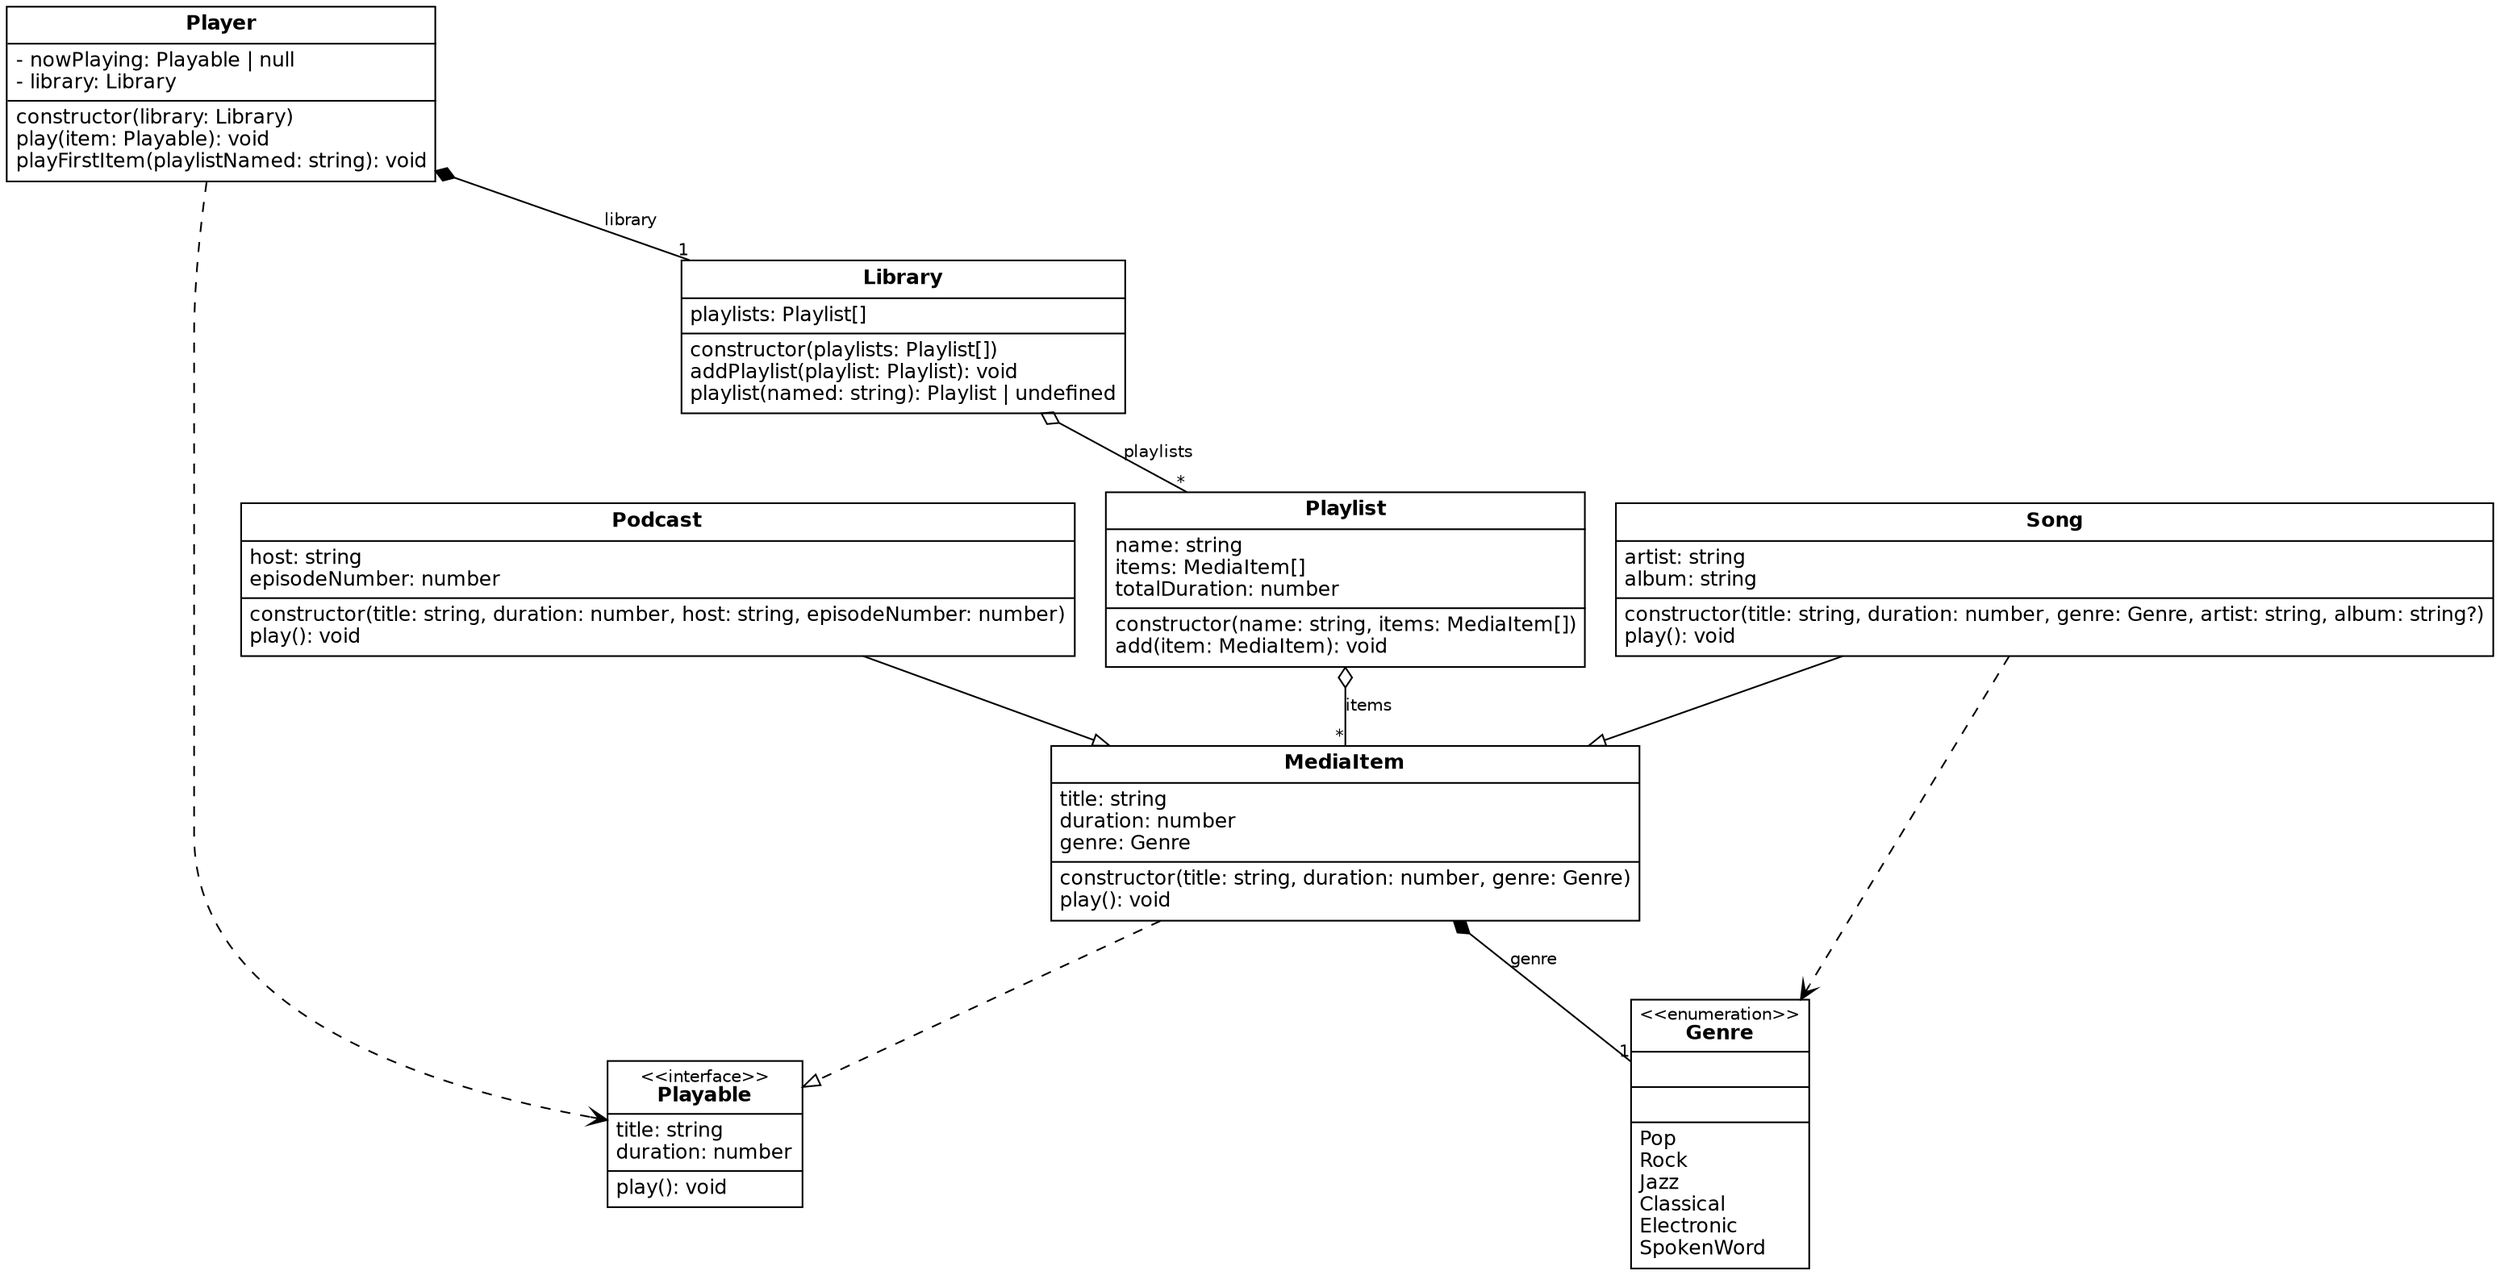
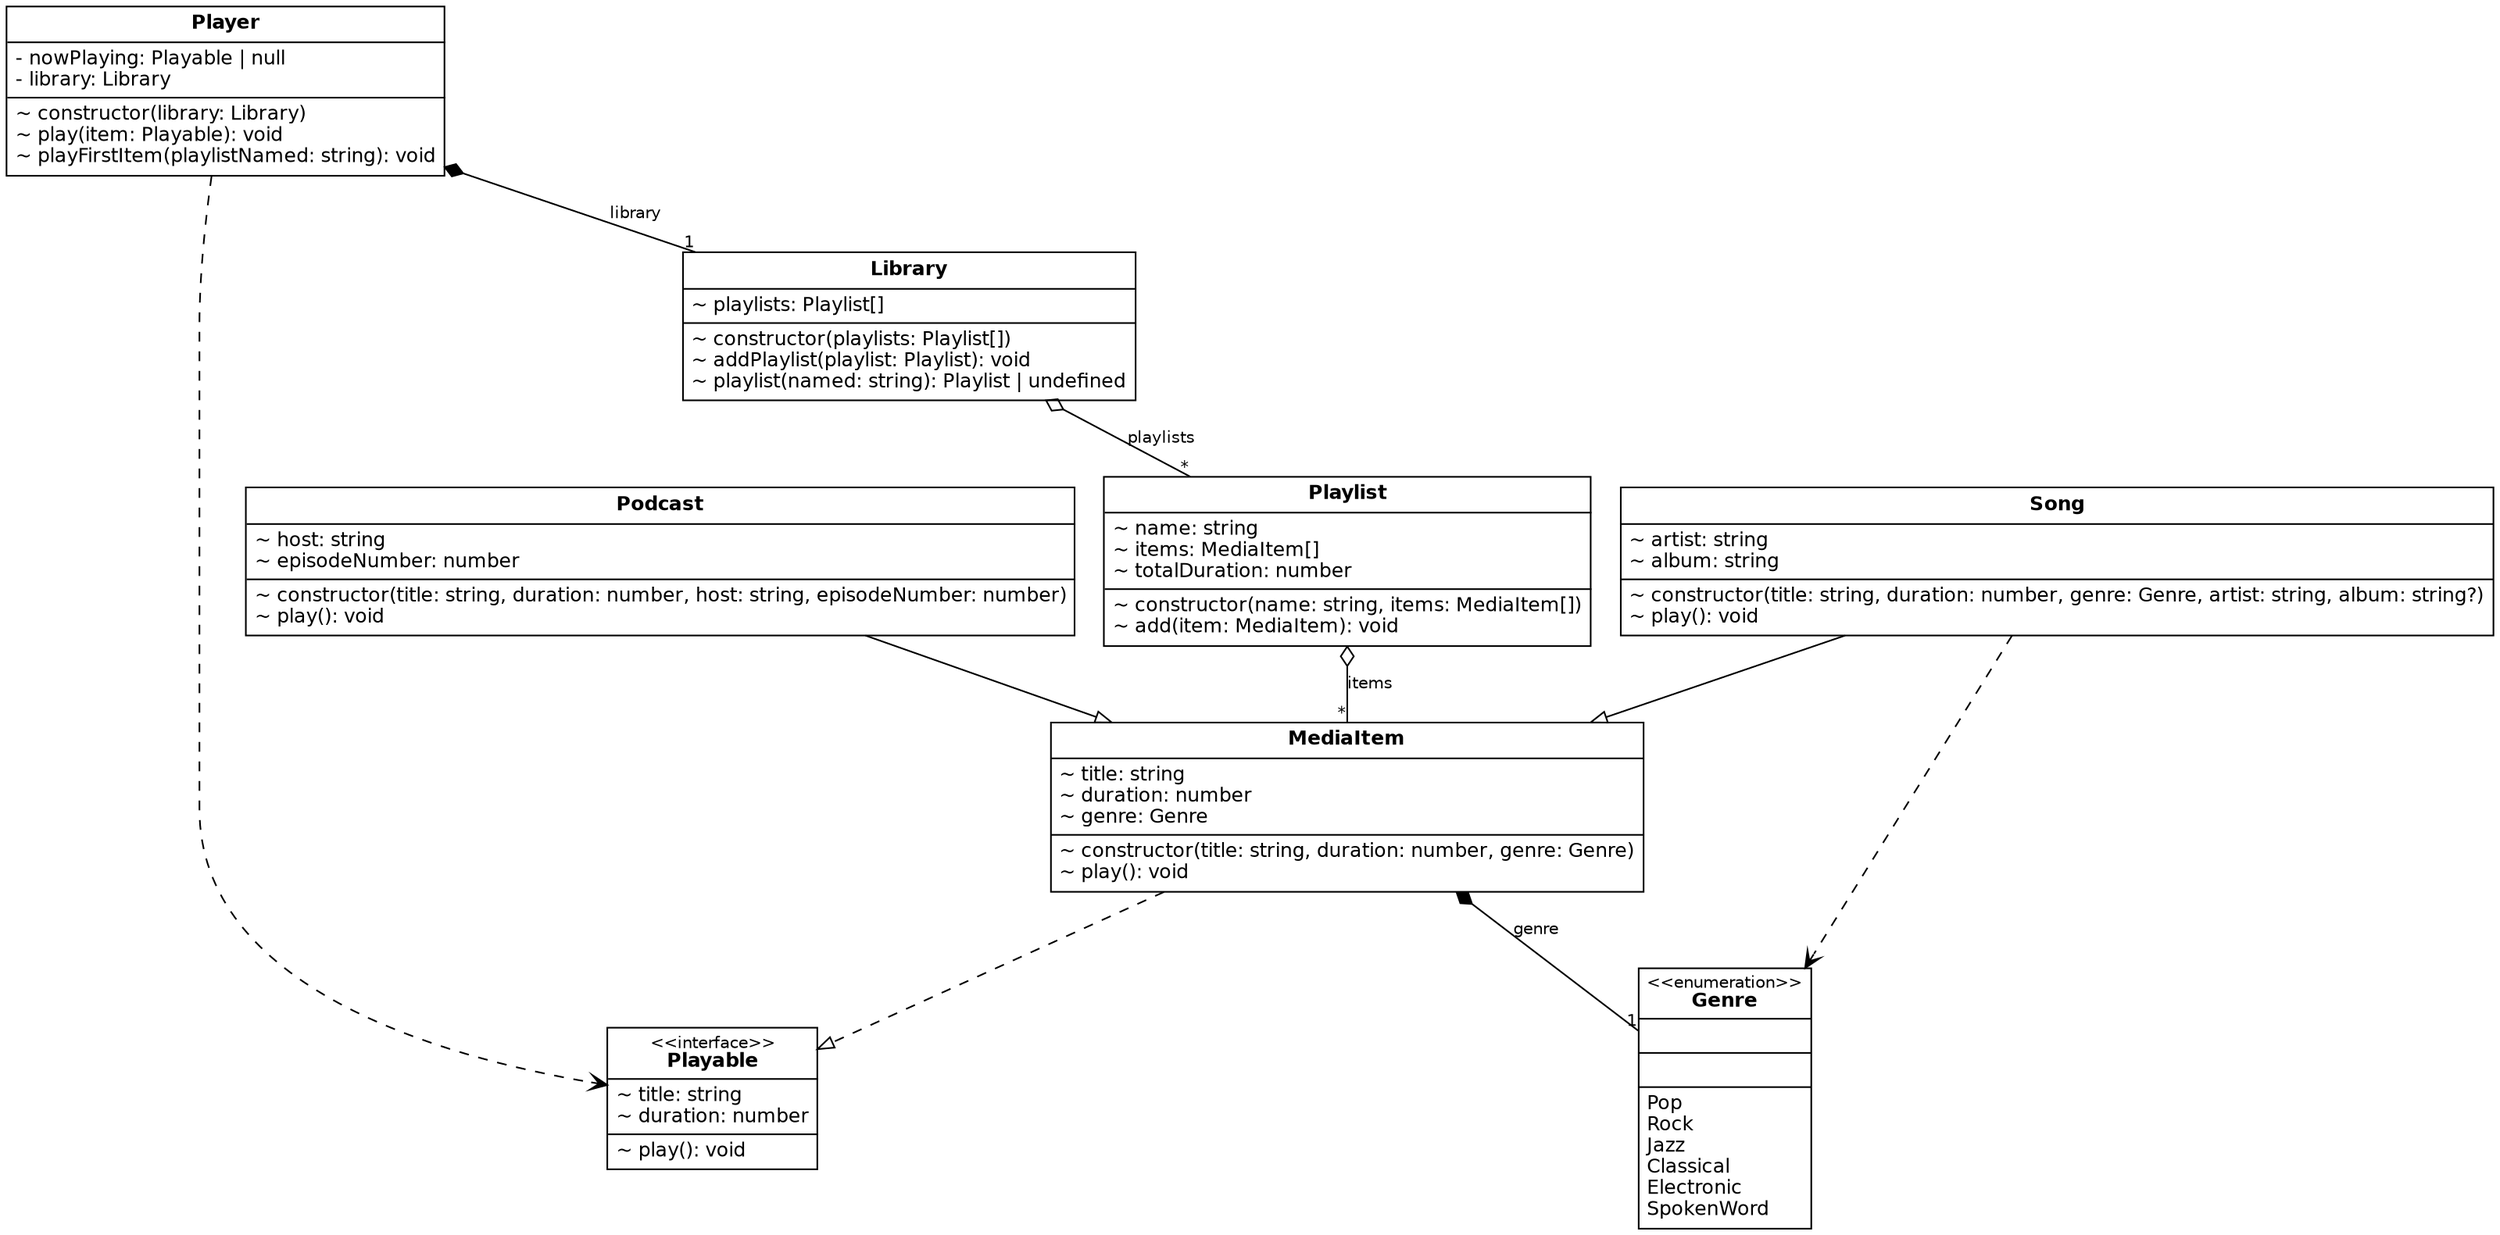
digraph UML {
  rankdir=TB;
  compound=true;
  fontname="Helvetica";
  fontsize=12;
  node [shape=none margin=0 fontname="Helvetica" fontsize=12];
  edge [fontname="Helvetica" fontsize=10];
-   "Library" [label=<<TABLE BORDER="1" CELLBORDER="0" CELLSPACING="0" CELLPADDING="4"><TR><TD ALIGN="CENTER"><B>Library</B></TD></TR><HR/><TR><TD ALIGN="LEFT">playlists: Playlist[]<BR ALIGN="LEFT"/></TD></TR><HR/><TR><TD ALIGN="LEFT">constructor(playlists: Playlist[])<BR ALIGN="LEFT"/>addPlaylist(playlist: Playlist): void<BR ALIGN="LEFT"/>playlist(named: string): Playlist | undefined<BR ALIGN="LEFT"/></TD></TR></TABLE>>];
-   "MediaItem" [label=<<TABLE BORDER="1" CELLBORDER="0" CELLSPACING="0" CELLPADDING="4"><TR><TD ALIGN="CENTER"><B>MediaItem</B></TD></TR><HR/><TR><TD ALIGN="LEFT">title: string<BR ALIGN="LEFT"/>duration: number<BR ALIGN="LEFT"/>genre: Genre<BR ALIGN="LEFT"/></TD></TR><HR/><TR><TD ALIGN="LEFT">constructor(title: string, duration: number, genre: Genre)<BR ALIGN="LEFT"/>play(): void<BR ALIGN="LEFT"/></TD></TR></TABLE>>];
-   "Playable" [label=<<TABLE BORDER="1" CELLBORDER="0" CELLSPACING="0" CELLPADDING="4"><TR><TD ALIGN="CENTER"><FONT POINT-SIZE="10">&lt;&lt;interface&gt;&gt;</FONT><BR/><B>Playable</B></TD></TR><HR/><TR><TD ALIGN="LEFT">title: string<BR ALIGN="LEFT"/>duration: number<BR ALIGN="LEFT"/></TD></TR><HR/><TR><TD ALIGN="LEFT">play(): void<BR ALIGN="LEFT"/></TD></TR></TABLE>>];
+   "Library" [label=<<TABLE BORDER="1" CELLBORDER="0" CELLSPACING="0" CELLPADDING="4"><TR><TD ALIGN="CENTER"><B>Library</B></TD></TR><HR/><TR><TD ALIGN="LEFT">~ playlists: Playlist[]<BR ALIGN="LEFT"/></TD></TR><HR/><TR><TD ALIGN="LEFT">~ constructor(playlists: Playlist[])<BR ALIGN="LEFT"/>~ addPlaylist(playlist: Playlist): void<BR ALIGN="LEFT"/>~ playlist(named: string): Playlist | undefined<BR ALIGN="LEFT"/></TD></TR></TABLE>>];
+   "MediaItem" [label=<<TABLE BORDER="1" CELLBORDER="0" CELLSPACING="0" CELLPADDING="4"><TR><TD ALIGN="CENTER"><B>MediaItem</B></TD></TR><HR/><TR><TD ALIGN="LEFT">~ title: string<BR ALIGN="LEFT"/>~ duration: number<BR ALIGN="LEFT"/>~ genre: Genre<BR ALIGN="LEFT"/></TD></TR><HR/><TR><TD ALIGN="LEFT">~ constructor(title: string, duration: number, genre: Genre)<BR ALIGN="LEFT"/>~ play(): void<BR ALIGN="LEFT"/></TD></TR></TABLE>>];
+   "Playable" [label=<<TABLE BORDER="1" CELLBORDER="0" CELLSPACING="0" CELLPADDING="4"><TR><TD ALIGN="CENTER"><FONT POINT-SIZE="10">&lt;&lt;interface&gt;&gt;</FONT><BR/><B>Playable</B></TD></TR><HR/><TR><TD ALIGN="LEFT">~ title: string<BR ALIGN="LEFT"/>~ duration: number<BR ALIGN="LEFT"/></TD></TR><HR/><TR><TD ALIGN="LEFT">~ play(): void<BR ALIGN="LEFT"/></TD></TR></TABLE>>];
  "Genre" [label=<<TABLE BORDER="1" CELLBORDER="0" CELLSPACING="0" CELLPADDING="4"><TR><TD ALIGN="CENTER"><FONT POINT-SIZE="10">&lt;&lt;enumeration&gt;&gt;</FONT><BR/><B>Genre</B></TD></TR><HR/><TR><TD ALIGN="LEFT"> </TD></TR><HR/><TR><TD ALIGN="LEFT"> </TD></TR><HR/><TR><TD ALIGN="LEFT">Pop<BR ALIGN="LEFT"/>Rock<BR ALIGN="LEFT"/>Jazz<BR ALIGN="LEFT"/>Classical<BR ALIGN="LEFT"/>Electronic<BR ALIGN="LEFT"/>SpokenWord<BR ALIGN="LEFT"/></TD></TR></TABLE>>];
-   "Player" [label=<<TABLE BORDER="1" CELLBORDER="0" CELLSPACING="0" CELLPADDING="4"><TR><TD ALIGN="CENTER"><B>Player</B></TD></TR><HR/><TR><TD ALIGN="LEFT">- nowPlaying: Playable | null<BR ALIGN="LEFT"/>- library: Library<BR ALIGN="LEFT"/></TD></TR><HR/><TR><TD ALIGN="LEFT">constructor(library: Library)<BR ALIGN="LEFT"/>play(item: Playable): void<BR ALIGN="LEFT"/>playFirstItem(playlistNamed: string): void<BR ALIGN="LEFT"/></TD></TR></TABLE>>];
-   "Playlist" [label=<<TABLE BORDER="1" CELLBORDER="0" CELLSPACING="0" CELLPADDING="4"><TR><TD ALIGN="CENTER"><B>Playlist</B></TD></TR><HR/><TR><TD ALIGN="LEFT">name: string<BR ALIGN="LEFT"/>items: MediaItem[]<BR ALIGN="LEFT"/>totalDuration: number<BR ALIGN="LEFT"/></TD></TR><HR/><TR><TD ALIGN="LEFT">constructor(name: string, items: MediaItem[])<BR ALIGN="LEFT"/>add(item: MediaItem): void<BR ALIGN="LEFT"/></TD></TR></TABLE>>];
-   "Podcast" [label=<<TABLE BORDER="1" CELLBORDER="0" CELLSPACING="0" CELLPADDING="4"><TR><TD ALIGN="CENTER"><B>Podcast</B></TD></TR><HR/><TR><TD ALIGN="LEFT">host: string<BR ALIGN="LEFT"/>episodeNumber: number<BR ALIGN="LEFT"/></TD></TR><HR/><TR><TD ALIGN="LEFT">constructor(title: string, duration: number, host: string, episodeNumber: number)<BR ALIGN="LEFT"/>play(): void<BR ALIGN="LEFT"/></TD></TR></TABLE>>];
-   "Song" [label=<<TABLE BORDER="1" CELLBORDER="0" CELLSPACING="0" CELLPADDING="4"><TR><TD ALIGN="CENTER"><B>Song</B></TD></TR><HR/><TR><TD ALIGN="LEFT">artist: string<BR ALIGN="LEFT"/>album: string<BR ALIGN="LEFT"/></TD></TR><HR/><TR><TD ALIGN="LEFT">constructor(title: string, duration: number, genre: Genre, artist: string, album: string?)<BR ALIGN="LEFT"/>play(): void<BR ALIGN="LEFT"/></TD></TR></TABLE>>];
+   "Player" [label=<<TABLE BORDER="1" CELLBORDER="0" CELLSPACING="0" CELLPADDING="4"><TR><TD ALIGN="CENTER"><B>Player</B></TD></TR><HR/><TR><TD ALIGN="LEFT">- nowPlaying: Playable | null<BR ALIGN="LEFT"/>- library: Library<BR ALIGN="LEFT"/></TD></TR><HR/><TR><TD ALIGN="LEFT">~ constructor(library: Library)<BR ALIGN="LEFT"/>~ play(item: Playable): void<BR ALIGN="LEFT"/>~ playFirstItem(playlistNamed: string): void<BR ALIGN="LEFT"/></TD></TR></TABLE>>];
+   "Playlist" [label=<<TABLE BORDER="1" CELLBORDER="0" CELLSPACING="0" CELLPADDING="4"><TR><TD ALIGN="CENTER"><B>Playlist</B></TD></TR><HR/><TR><TD ALIGN="LEFT">~ name: string<BR ALIGN="LEFT"/>~ items: MediaItem[]<BR ALIGN="LEFT"/>~ totalDuration: number<BR ALIGN="LEFT"/></TD></TR><HR/><TR><TD ALIGN="LEFT">~ constructor(name: string, items: MediaItem[])<BR ALIGN="LEFT"/>~ add(item: MediaItem): void<BR ALIGN="LEFT"/></TD></TR></TABLE>>];
+   "Podcast" [label=<<TABLE BORDER="1" CELLBORDER="0" CELLSPACING="0" CELLPADDING="4"><TR><TD ALIGN="CENTER"><B>Podcast</B></TD></TR><HR/><TR><TD ALIGN="LEFT">~ host: string<BR ALIGN="LEFT"/>~ episodeNumber: number<BR ALIGN="LEFT"/></TD></TR><HR/><TR><TD ALIGN="LEFT">~ constructor(title: string, duration: number, host: string, episodeNumber: number)<BR ALIGN="LEFT"/>~ play(): void<BR ALIGN="LEFT"/></TD></TR></TABLE>>];
+   "Song" [label=<<TABLE BORDER="1" CELLBORDER="0" CELLSPACING="0" CELLPADDING="4"><TR><TD ALIGN="CENTER"><B>Song</B></TD></TR><HR/><TR><TD ALIGN="LEFT">~ artist: string<BR ALIGN="LEFT"/>~ album: string<BR ALIGN="LEFT"/></TD></TR><HR/><TR><TD ALIGN="LEFT">~ constructor(title: string, duration: number, genre: Genre, artist: string, album: string?)<BR ALIGN="LEFT"/>~ play(): void<BR ALIGN="LEFT"/></TD></TR></TABLE>>];
  "MediaItem" -> "Playable" [arrowhead=empty style=dashed];
  "Podcast" -> "MediaItem" [arrowhead=empty style=solid];
  "Song" -> "MediaItem" [arrowhead=empty style=solid];
  "Library" -> "Playlist" [dir=back arrowtail=odiamond label="playlists" headlabel="*"];
  "MediaItem" -> "Genre" [dir=back arrowtail=diamond label="genre" headlabel="1"];
  "Player" -> "Library" [dir=back arrowtail=diamond label="library" headlabel="1"];
  "Player" -> "Playable" [arrowhead=vee style=dashed];
  "Playlist" -> "MediaItem" [dir=back arrowtail=odiamond label="items" headlabel="*"];
  "Song" -> "Genre" [arrowhead=vee style=dashed];
}
